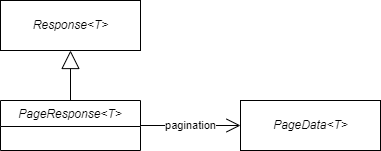
Earlier version of the draw.io export .gitbook/assets/model_page_response.drawio.png (Bernardo-MG/development-docs-architecture). Source tidied: cells renumbered, new cells last; positions are measured from the earlier drawing's top-left corner, leaving out a move shared by most shapes.
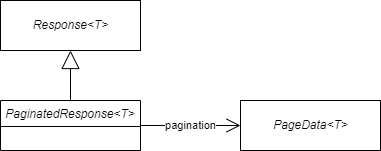
The same diagram one commit later.

Commit message:
GitBook: [#93] No subject

Change to the diagram source:
```diff
@@ -2,7 +2,7 @@
   <root>
     <mxCell id="0" />
     <mxCell id="1" parent="0" />
-    <mxCell id="2" value="PageResponse&lt;T&gt;" style="swimlane;fontStyle=2;horizontal=1;startSize=26;fillColor=none;" parent="1" vertex="1">
+    <mxCell id="2" value="PaginatedResponse&lt;T&gt;" style="swimlane;fontStyle=2;horizontal=1;startSize=26;fillColor=none;" parent="1" vertex="1">
       <mxGeometry y="100" width="140" height="50" as="geometry" />
     </mxCell>
     <mxCell id="3" style="endArrow=block;endSize=16;endFill=0;html=1;rounded=0;exitX=0.5;exitY=0;exitDx=0;exitDy=0;entryX=0.5;entryY=1;entryDx=0;entryDy=0;" parent="1" edge="1" source="2" target="4">
```
